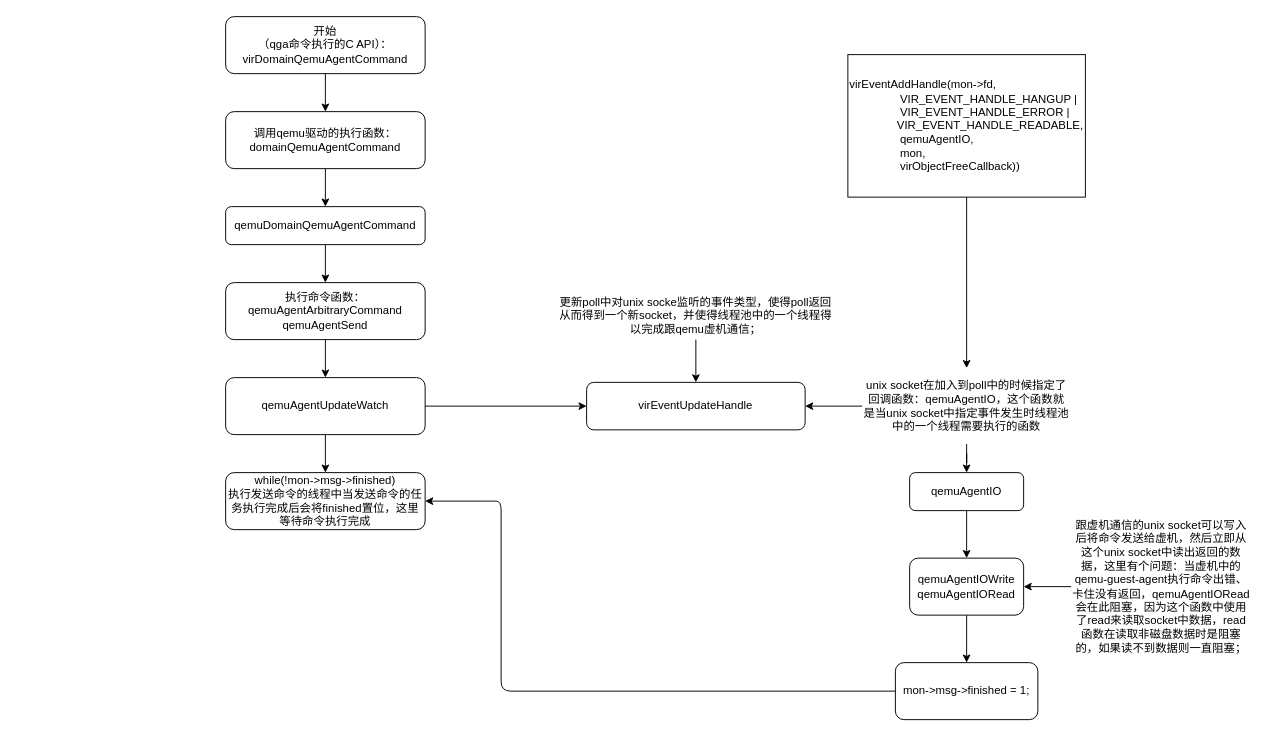
Before: qemu-guest-agent命令执行流程.drawio in AndyLee130827/draw_io, a draw.io diagram. Source tidied: cells renumbered, new cells numbered last; positions are measured from the earlier drawing's top-left corner, leaving out a move shared by most shapes. Both pictures are drawn from the tidied source at 95%, with x=0, y=0 at pixel (225, 16).
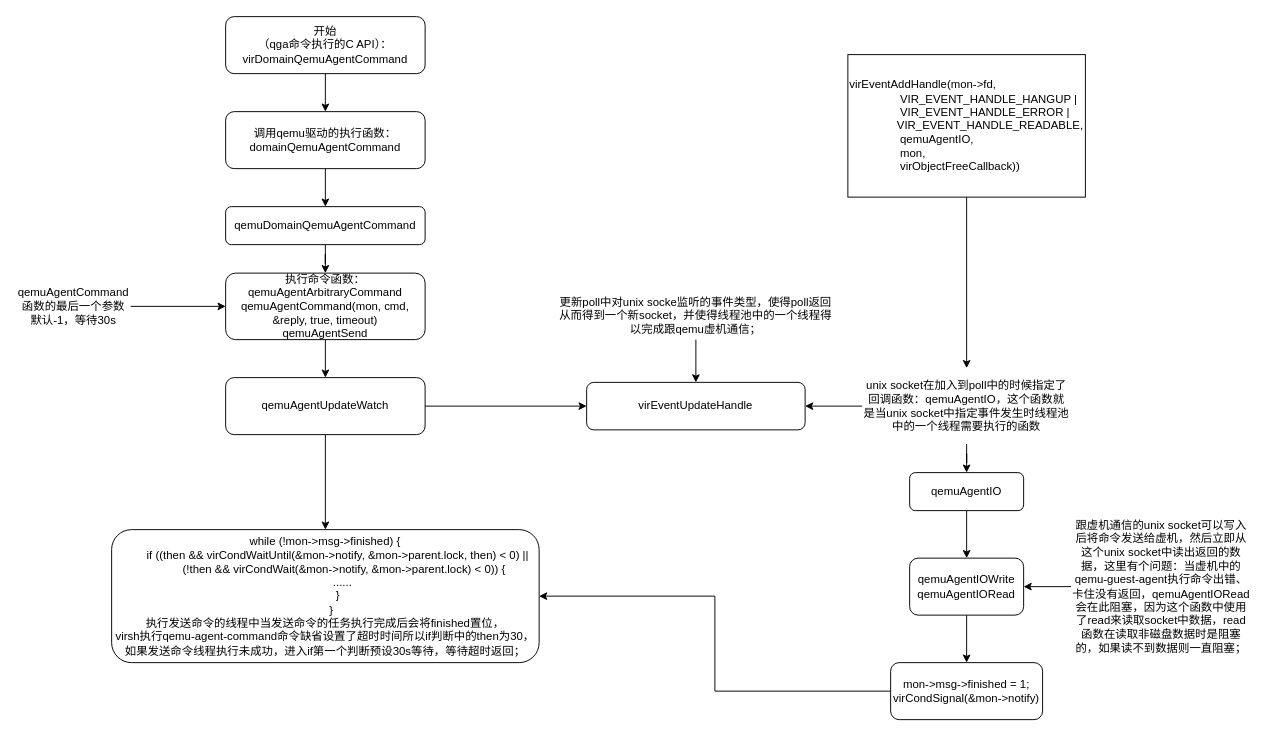
The same page after the edit.

Commit message:
已添加 qemu-guest-agent命令执行流程.drawio

The edit, as a diff of the source:
```diff
@@
-    <mxCell id="11" value="执行命令函数：&lt;br&gt;qemuAgentArbitraryCommand&lt;br&gt;qemuAgentSend" style="rounded=1;whiteSpace=wrap;html=1;" parent="1" vertex="1">
-      <mxGeometry y="280" width="210" height="60" as="geometry" />
+    <mxCell id="11" value="执行命令函数：&lt;br&gt;qemuAgentArbitraryCommand&lt;br&gt;qemuAgentCommand(mon, cmd, &amp;amp;reply, true, timeout)&lt;br&gt;qemuAgentSend" style="rounded=1;whiteSpace=wrap;html=1;" parent="1" vertex="1">
+      <mxGeometry y="270" width="210" height="70" as="geometry" />
     </mxCell>
@@
+    <mxCell id="29" style="edgeStyle=orthogonalEdgeStyle;rounded=0;jettySize=auto;html=1;entryX=1;entryY=0.5;entryDx=0;entryDy=0;" parent="1" edge="1" source="27" target="28">
+      <mxGeometry relative="1" as="geometry" />
+    </mxCell>
-    <mxCell id="27" value="mon-&amp;gt;msg-&amp;gt;finished = 1;" style="rounded=1;whiteSpace=wrap;html=1;" parent="1" vertex="1">
-      <mxGeometry x="705" y="680" width="150" height="60" as="geometry" />
+    <mxCell id="27" value="mon-&amp;gt;msg-&amp;gt;finished = 1;&lt;br&gt;virCondSignal(&amp;amp;mon-&amp;gt;notify)" style="rounded=1;whiteSpace=wrap;html=1;" parent="1" vertex="1">
+      <mxGeometry x="700" y="680" width="160" height="60" as="geometry" />
     </mxCell>
-    <mxCell id="28" value="while(!mon-&amp;gt;msg-&amp;gt;finished)&lt;br&gt;执行发送命令的线程中当发送命令的任务执行完成后会将finished置位，这里等待命令执行完成" style="rounded=1;whiteSpace=wrap;html=1;" parent="1" vertex="1">
-      <mxGeometry y="480" width="210" height="60" as="geometry" />
+    <mxCell id="28" value="&lt;div&gt;while (!mon-&amp;gt;msg-&amp;gt;finished) {&lt;/div&gt;&lt;div&gt;&amp;nbsp; &amp;nbsp; &amp;nbsp; &amp;nbsp; if ((then &amp;amp;&amp;amp; virCondWaitUntil(&amp;amp;mon-&amp;gt;notify, &amp;amp;mon-&amp;gt;parent.lock, then) &amp;lt; 0) ||&lt;/div&gt;&lt;div&gt;&amp;nbsp; &amp;nbsp; &amp;nbsp; &amp;nbsp; &amp;nbsp; &amp;nbsp; (!then &amp;amp;&amp;amp; virCondWait(&amp;amp;mon-&amp;gt;notify, &amp;amp;mon-&amp;gt;parent.lock) &amp;lt; 0)) {&lt;/div&gt;&lt;div&gt;&amp;nbsp; &amp;nbsp; &amp;nbsp; &amp;nbsp; &amp;nbsp; &amp;nbsp;......&lt;/div&gt;&lt;div&gt;&amp;nbsp; &amp;nbsp; &amp;nbsp; &amp;nbsp; }&lt;/div&gt;&lt;div&gt;&amp;nbsp; &amp;nbsp; }&lt;/div&gt;执行发送命令的线程中当发送命令的任务执行完成后会将finished置位，&lt;br&gt;virsh执行qemu-agent-command命令缺省设置了超时时间所以if判断中的then为30，如果发送命令线程执行未成功，进入if第一个判断预设30s等待，等待超时返回；" style="rounded=1;whiteSpace=wrap;html=1;" parent="1" vertex="1">
+      <mxGeometry x="-120" y="540" width="450" height="140" as="geometry" />
     </mxCell>
-    <mxCell id="29" style="endArrow=classic;html=1;entryX=1;entryY=0.5;entryDx=0;entryDy=0;exitX=0;exitY=0.5;exitDx=0;exitDy=0;" parent="1" edge="1" source="27" target="28">
-      <mxGeometry relative="1" as="geometry">
-        <Array as="points">
-          <mxPoint x="290" y="710" />
-          <mxPoint x="290" y="510" />
-          <mxPoint x="280" y="510" />
-        </Array>
-      </mxGeometry>
-    </mxCell>
+    <mxCell id="30" style="edgeStyle=orthogonalEdgeStyle;rounded=0;jettySize=auto;html=1;entryX=0;entryY=0.5;entryDx=0;entryDy=0;" parent="1" edge="1" source="31" target="11">
+      <mxGeometry relative="1" as="geometry" />
+    </mxCell>
+    <mxCell id="31" value="qemuAgentCommand函数的最后一个参数默认-1，等待30s" style="text;html=1;strokeColor=none;fillColor=none;align=center;verticalAlign=middle;whiteSpace=wrap;rounded=0;" parent="1" vertex="1">
+      <mxGeometry x="-220" y="280" width="120" height="50" as="geometry" />
+    </mxCell>
```
